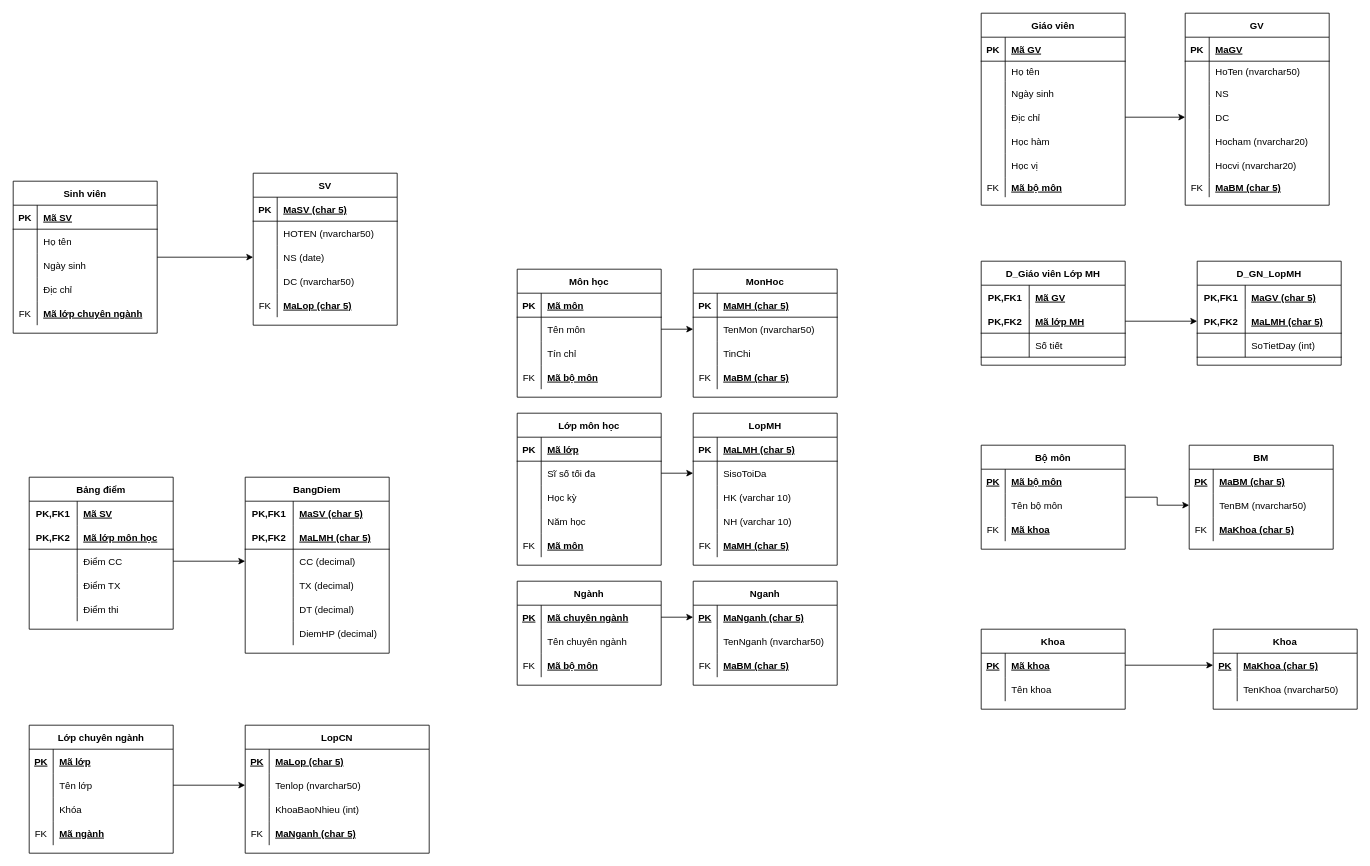
The draw.io diagram page "Page-3" (3 of 6) of ER-RE.drawio in VuDucNamvdn/NamSDL, before the edit. Source tidied: cells renumbered, new cells numbered last; positions are measured from the earlier drawing's top-left corner, leaving out a move shared by most shapes. Both pictures are drawn from the tidied source at 80%, with x=0, y=0 at pixel (13, 13).
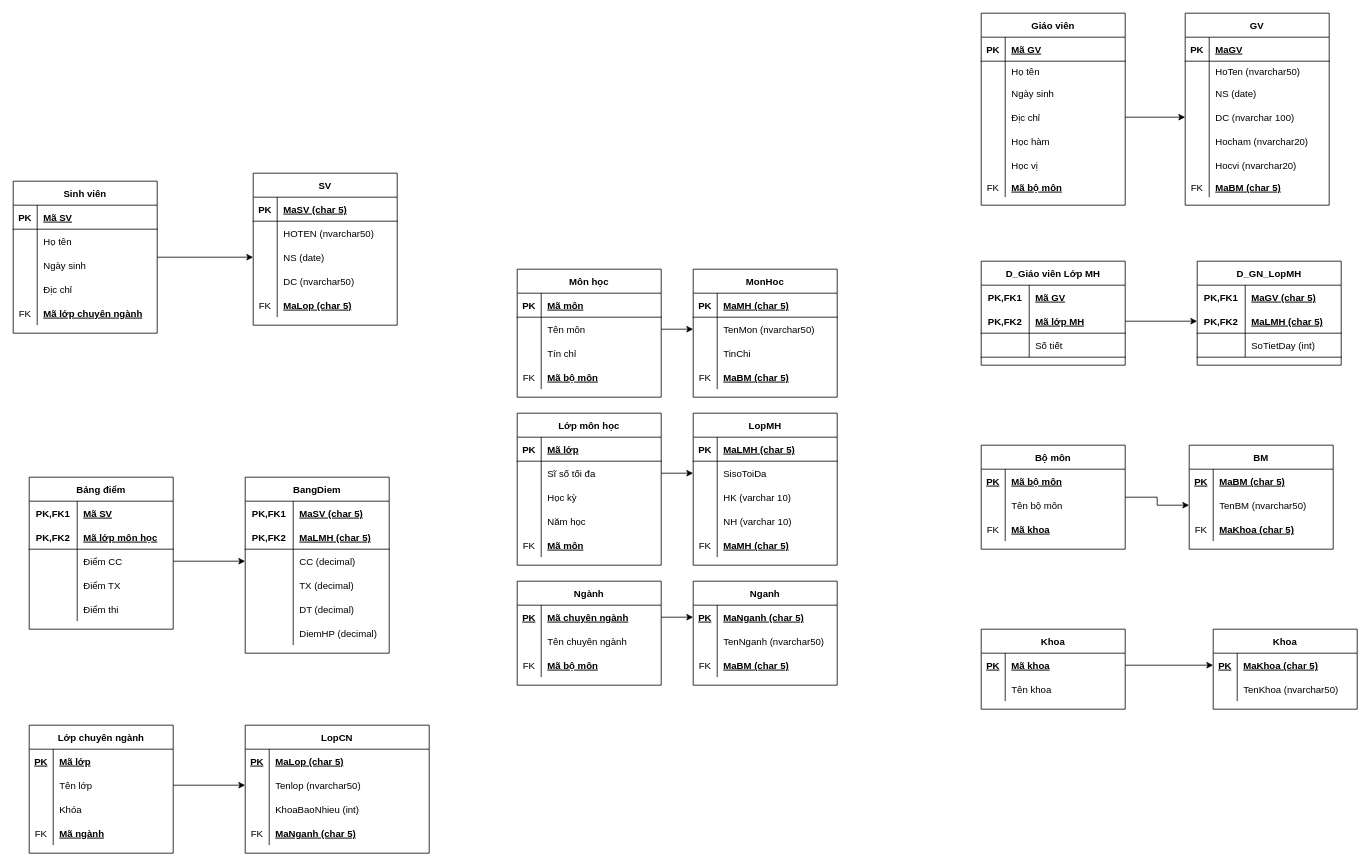
After the change.

The change refers to these unchanged cells:
```xml
<mxCell id="232" style="shape=partialRectangle;fillColor=none;top=0;left=0;bottom=0;right=0;" parent="225" vertex="1">
  <mxGeometry y="85" width="180" height="30" as="geometry" />
</mxCell>
<mxCell id="235" style="shape=partialRectangle;fillColor=none;top=0;left=0;bottom=0;right=0;points=[[0,0.5],[1,0.5]];portConstraint=eastwest;" parent="225" vertex="1">
  <mxGeometry y="115" width="180" height="30" as="geometry" />
</mxCell>
```

Change to the diagram source:
```diff
@@
-    <mxCell id="234" value="NS" style="shape=partialRectangle;fillColor=none;top=0;left=0;bottom=0;right=0;align=left;spacingLeft=6;overflow=hidden;" parent="232" vertex="1">
+    <mxCell id="234" value="NS (date)" style="shape=partialRectangle;fillColor=none;top=0;left=0;bottom=0;right=0;align=left;spacingLeft=6;overflow=hidden;" parent="232" vertex="1">
       <mxGeometry x="30" width="150" height="30" as="geometry" />
     </mxCell>
@@
-    <mxCell id="237" value="DC" style="shape=partialRectangle;fillColor=none;top=0;left=0;bottom=0;right=0;align=left;spacingLeft=6;overflow=hidden;" parent="235" vertex="1">
+    <mxCell id="237" value="DC (nvarchar 100)" style="shape=partialRectangle;fillColor=none;top=0;left=0;bottom=0;right=0;align=left;spacingLeft=6;overflow=hidden;" parent="235" vertex="1">
       <mxGeometry x="30" width="150" height="30" as="geometry" />
     </mxCell>
```
